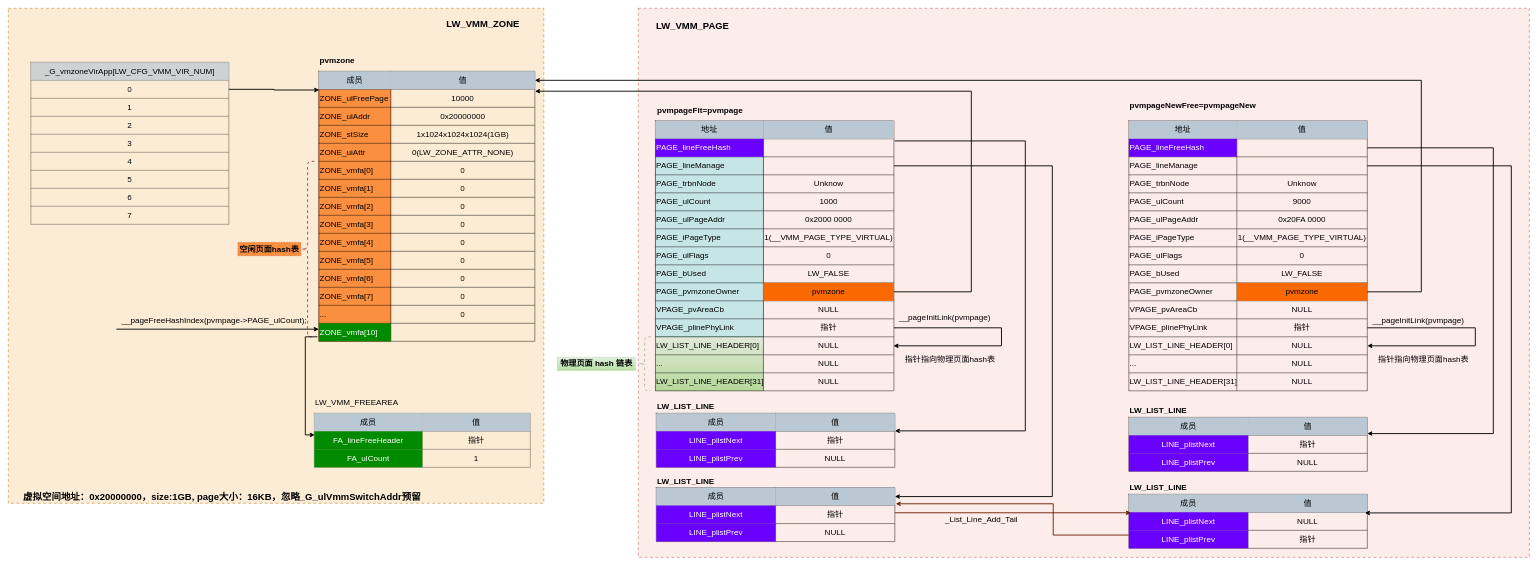
This is page "__pageStructSeparate" (24 of 24) of draw/mips中断亲和度.drawio from peng-fan/drawio, a draw.io file, before an edit. Source tidied: cells renumbered, new cells numbered last; positions are measured from the earlier drawing's top-left corner, leaving out a move shared by most shapes. Both pictures are drawn from the tidied source at 45%, with x=0, y=0 at pixel (8, 8).
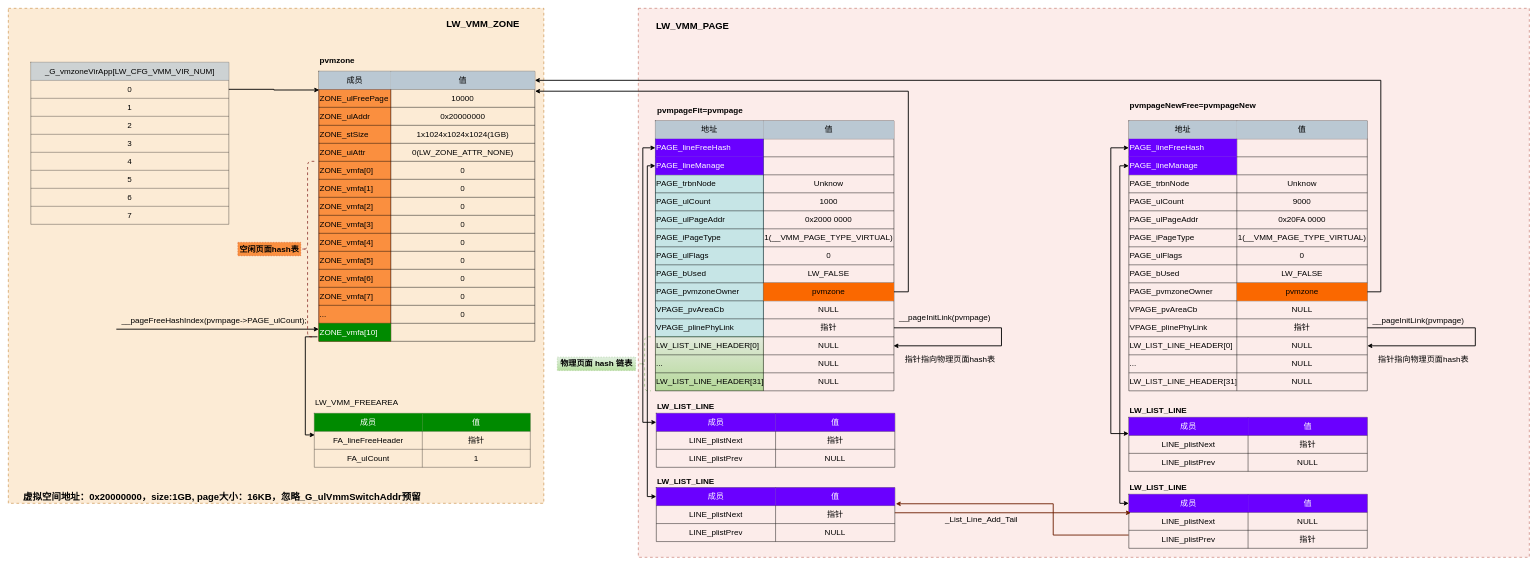
The same page after the edit.

Commit message (it also covers changes not shown here):
Update mips中断亲和度.drawio

The change refers to these unchanged cells:
```xml
<mxCell id="10" style="shape=partialRectangle;fillColor=none;top=0;left=0;bottom=0;right=0;points=[[0,0.5],[1,0.5]];portConstraint=eastwest;fontSize=18;strokeColor=default;" parent="6" vertex="1">
  <mxGeometry y="40" width="530" height="40" as="geometry" />
</mxCell>
<mxCell id="13" style="shape=partialRectangle;fillColor=none;top=0;left=0;bottom=0;right=0;points=[[0,0.5],[1,0.5]];portConstraint=eastwest;fontSize=18;strokeColor=default;" parent="6" vertex="1">
  <mxGeometry y="80" width="530" height="40" as="geometry" />
</mxCell>
<mxCell id="34" style="shape=partialRectangle;fillColor=none;top=0;left=0;bottom=0;right=0;points=[[0,0.5],[1,0.5]];portConstraint=eastwest;fontSize=18;strokeColor=default;" parent="6" vertex="1">
  <mxGeometry y="360" width="530" height="40" as="geometry" />
</mxCell>
<mxCell id="55" style="shape=partialRectangle;fillColor=none;top=0;left=0;bottom=0;right=0;points=[[0,0.5],[1,0.5]];portConstraint=eastwest;fontSize=18;strokeColor=default;" parent="54" vertex="1">
  <mxGeometry width="480" height="40" as="geometry" />
</mxCell>
<mxCell id="58" style="shape=partialRectangle;fillColor=none;top=0;left=0;bottom=0;right=0;points=[[0,0.5],[1,0.5]];portConstraint=eastwest;fontSize=18;strokeColor=default;" parent="54" vertex="1">
  <mxGeometry y="40" width="480" height="40" as="geometry" />
</mxCell>
<mxCell id="107" style="shape=partialRectangle;fillColor=none;top=0;left=0;bottom=0;right=0;fontSize=18;strokeColor=default;align=center;opacity=70;" parent="106" vertex="1">
  <mxGeometry width="480" height="40" as="geometry" />
</mxCell>
<mxCell id="110" style="shape=partialRectangle;fillColor=none;top=0;left=0;bottom=0;right=0;fontSize=18;strokeColor=default;align=center;opacity=70;" parent="106" vertex="1">
  <mxGeometry y="40" width="480" height="40" as="geometry" />
</mxCell>
<mxCell id="113" style="shape=partialRectangle;fillColor=none;top=0;left=0;bottom=0;right=0;fontSize=18;strokeColor=default;align=center;opacity=70;" parent="106" vertex="1">
  <mxGeometry y="80" width="480" height="40" as="geometry" />
</mxCell>
<mxCell id="126" style="shape=partialRectangle;fillColor=none;top=0;left=0;bottom=0;right=0;points=[[0,0.5],[1,0.5]];portConstraint=eastwest;fontSize=18;strokeColor=default;align=center;opacity=70;" parent="125" vertex="1">
  <mxGeometry width="530" height="40" as="geometry" />
</mxCell>
<mxCell id="129" style="shape=partialRectangle;fillColor=none;top=0;left=0;bottom=0;right=0;fontSize=18;strokeColor=default;align=center;opacity=70;" parent="125" vertex="1">
  <mxGeometry y="40" width="530" height="40" as="geometry" />
</mxCell>
<mxCell id="132" style="shape=partialRectangle;fillColor=none;top=0;left=0;bottom=0;right=0;fontSize=18;strokeColor=default;align=center;opacity=70;" parent="125" vertex="1">
  <mxGeometry y="80" width="530" height="40" as="geometry" />
</mxCell>
<mxCell id="159" style="shape=partialRectangle;fillColor=none;top=0;left=0;bottom=0;right=0;points=[[0,0.5],[1,0.5]];portConstraint=eastwest;fontSize=18;strokeColor=default;align=center;opacity=70;" parent="158" vertex="1">
  <mxGeometry width="530" height="40" as="geometry" />
</mxCell>
<mxCell id="162" style="shape=partialRectangle;fillColor=none;top=0;left=0;bottom=0;right=0;points=[[0,0.5],[1,0.5]];portConstraint=eastwest;fontSize=18;strokeColor=default;align=center;opacity=70;" parent="158" vertex="1">
  <mxGeometry y="40" width="530" height="40" as="geometry" />
</mxCell>
<mxCell id="165" style="shape=partialRectangle;fillColor=none;top=0;left=0;bottom=0;right=0;fontSize=18;strokeColor=default;align=center;opacity=70;" parent="158" vertex="1">
  <mxGeometry y="80" width="530" height="40" as="geometry" />
</mxCell>
<mxCell id="173" style="shape=partialRectangle;fillColor=none;top=0;left=0;bottom=0;right=0;points=[[0,0.5],[1,0.5]];portConstraint=eastwest;fontSize=18;strokeColor=default;" parent="169" vertex="1">
  <mxGeometry y="40" width="530" height="40" as="geometry" />
</mxCell>
<mxCell id="176" style="shape=partialRectangle;fillColor=none;top=0;left=0;bottom=0;right=0;points=[[0,0.5],[1,0.5]];portConstraint=eastwest;fontSize=18;strokeColor=default;" parent="169" vertex="1">
  <mxGeometry y="80" width="530" height="40" as="geometry" />
</mxCell>
<mxCell id="197" style="shape=partialRectangle;fillColor=none;top=0;left=0;bottom=0;right=0;points=[[0,0.5],[1,0.5]];portConstraint=eastwest;fontSize=18;strokeColor=default;" parent="169" vertex="1">
  <mxGeometry y="360" width="530" height="40" as="geometry" />
</mxCell>
<mxCell id="217" style="shape=partialRectangle;fillColor=none;top=0;left=0;bottom=0;right=0;points=[[0,0.5],[1,0.5]];portConstraint=eastwest;fontSize=18;strokeColor=default;align=center;opacity=70;" parent="216" vertex="1">
  <mxGeometry width="530" height="40" as="geometry" />
</mxCell>
<mxCell id="220" style="shape=partialRectangle;fillColor=none;top=0;left=0;bottom=0;right=0;fontSize=18;strokeColor=default;align=center;opacity=70;" parent="216" vertex="1">
  <mxGeometry y="40" width="530" height="40" as="geometry" />
</mxCell>
<mxCell id="223" style="shape=partialRectangle;fillColor=none;top=0;left=0;bottom=0;right=0;fontSize=18;strokeColor=default;align=center;opacity=70;" parent="216" vertex="1">
  <mxGeometry y="80" width="530" height="40" as="geometry" />
</mxCell>
<mxCell id="227" style="shape=partialRectangle;fillColor=none;top=0;left=0;bottom=0;right=0;points=[[0,0.5],[1,0.5]];portConstraint=eastwest;fontSize=18;strokeColor=default;align=center;opacity=70;" parent="226" vertex="1">
  <mxGeometry width="530" height="40" as="geometry" />
</mxCell>
<mxCell id="230" style="shape=partialRectangle;fillColor=none;top=0;left=0;bottom=0;right=0;points=[[0,0.5],[1,0.5]];portConstraint=eastwest;fontSize=18;strokeColor=default;align=center;opacity=70;" parent="226" vertex="1">
  <mxGeometry y="40" width="530" height="40" as="geometry" />
</mxCell>
<mxCell id="233" style="shape=partialRectangle;fillColor=none;top=0;left=0;bottom=0;right=0;points=[[0,0.5],[1,0.5]];portConstraint=eastwest;fontSize=18;strokeColor=default;align=center;opacity=70;" parent="226" vertex="1">
  <mxGeometry y="80" width="530" height="40" as="geometry" />
</mxCell>
```

The edit, as a diff of the source:
```diff
@@
-    <mxCell id="14" value="PAGE_lineManage" style="shape=partialRectangle;html=1;whiteSpace=wrap;overflow=hidden;fillColor=none;top=0;left=0;bottom=0;right=0;fontSize=18;strokeColor=default;align=left;" parent="13" vertex="1">
+    <mxCell id="14" value="PAGE_lineManage" style="shape=partialRectangle;html=1;whiteSpace=wrap;overflow=hidden;fillColor=#6a00ff;top=0;left=0;bottom=0;right=0;fontSize=18;strokeColor=#3700CC;align=left;fontColor=#ffffff;" parent="13" vertex="1">
       <mxGeometry width="240" height="40" as="geometry" />
     </mxCell>
@@
     <mxCell id="102" style="edgeStyle=orthogonalEdgeStyle;rounded=0;jettySize=auto;html=1;entryX=1.001;entryY=0.104;entryDx=0;entryDy=0;fontSize=18;exitX=1;exitY=0.5;exitDx=0;exitDy=0;entryPerimeter=0;strokeWidth=2;" parent="1" edge="1" source="34" target="58">
       <mxGeometry relative="1" as="geometry">
         <Array as="points">
-          <mxPoint x="2140" y="630" />
-          <mxPoint x="2140" y="184" />
+          <mxPoint x="2000" y="630" />
+          <mxPoint x="2000" y="184" />
         </Array>
       </mxGeometry>
     </mxCell>
@@
-    <mxCell id="108" value="成员" style="shape=partialRectangle;html=1;whiteSpace=wrap;overflow=hidden;fillColor=#bac8d3;top=0;left=0;bottom=0;right=0;fontSize=18;strokeColor=#23445d;align=center;" parent="107" vertex="1">
+    <mxCell id="108" value="成员" style="shape=partialRectangle;html=1;whiteSpace=wrap;overflow=hidden;fillColor=#008a00;top=0;left=0;bottom=0;right=0;fontSize=18;strokeColor=#005700;align=center;fontColor=#ffffff;" parent="107" vertex="1">
       <mxGeometry width="240" height="40" as="geometry" />
     </mxCell>
-    <mxCell id="109" value="值" style="shape=partialRectangle;html=1;whiteSpace=wrap;overflow=hidden;fillColor=#bac8d3;top=0;left=0;bottom=0;right=0;fontSize=18;strokeColor=#23445d;align=center;" parent="107" vertex="1">
+    <mxCell id="109" value="值" style="shape=partialRectangle;html=1;whiteSpace=wrap;overflow=hidden;fillColor=#008a00;top=0;left=0;bottom=0;right=0;fontSize=18;strokeColor=#005700;align=center;fontColor=#ffffff;" parent="107" vertex="1">
       <mxGeometry x="240" width="240" height="40" as="geometry" />
     </mxCell>
@@
-    <mxCell id="111" value="FA_lineFreeHeader" style="shape=partialRectangle;html=1;whiteSpace=wrap;overflow=hidden;fillColor=#008a00;top=0;left=0;bottom=0;right=0;fontSize=18;strokeColor=#005700;align=center;fontColor=#ffffff;" parent="110" vertex="1">
+    <mxCell id="111" value="&lt;font color=&quot;#000000&quot;&gt;FA_lineFreeHeader&lt;/font&gt;" style="shape=partialRectangle;html=1;whiteSpace=wrap;overflow=hidden;fillColor=none;top=0;left=0;bottom=0;right=0;fontSize=18;strokeColor=#005700;align=center;fontColor=#ffffff;" parent="110" vertex="1">
       <mxGeometry width="240" height="40" as="geometry" />
     </mxCell>
@@
-    <mxCell id="114" value="FA_ulCount" style="shape=partialRectangle;html=1;whiteSpace=wrap;overflow=hidden;fillColor=#008a00;top=0;left=0;bottom=0;right=0;fontSize=18;strokeColor=#005700;align=center;fontColor=#ffffff;" parent="113" vertex="1">
+    <mxCell id="114" value="&lt;font color=&quot;#000000&quot;&gt;FA_ulCount&lt;/font&gt;" style="shape=partialRectangle;html=1;whiteSpace=wrap;overflow=hidden;fillColor=none;top=0;left=0;bottom=0;right=0;fontSize=18;strokeColor=#005700;align=center;fontColor=#ffffff;" parent="113" vertex="1">
       <mxGeometry width="240" height="40" as="geometry" />
     </mxCell>
@@
-    <mxCell id="127" value="成员" style="shape=partialRectangle;html=1;whiteSpace=wrap;overflow=hidden;fillColor=#bac8d3;top=0;left=0;bottom=0;right=0;fontSize=18;strokeColor=#23445d;align=center;" parent="126" vertex="1">
+    <mxCell id="127" value="成员" style="shape=partialRectangle;html=1;whiteSpace=wrap;overflow=hidden;fillColor=#6a00ff;top=0;left=0;bottom=0;right=0;fontSize=18;strokeColor=#3700CC;align=center;fontColor=#ffffff;" parent="126" vertex="1">
       <mxGeometry width="265" height="40" as="geometry" />
     </mxCell>
-    <mxCell id="128" value="值" style="shape=partialRectangle;html=1;whiteSpace=wrap;overflow=hidden;fillColor=#bac8d3;top=0;left=0;bottom=0;right=0;fontSize=18;strokeColor=#23445d;align=center;" parent="126" vertex="1">
+    <mxCell id="128" value="值" style="shape=partialRectangle;html=1;whiteSpace=wrap;overflow=hidden;fillColor=#6a00ff;top=0;left=0;bottom=0;right=0;fontSize=18;strokeColor=#3700CC;align=center;fontColor=#ffffff;" parent="126" vertex="1">
       <mxGeometry x="265" width="265" height="40" as="geometry" />
     </mxCell>
@@
-    <mxCell id="130" value="LINE_plistNext" style="shape=partialRectangle;html=1;whiteSpace=wrap;overflow=hidden;fillColor=#6a00ff;top=0;left=0;bottom=0;right=0;fontSize=18;strokeColor=#3700CC;align=center;fontColor=#ffffff;" parent="129" vertex="1">
+    <mxCell id="130" value="&lt;font color=&quot;#000000&quot;&gt;LINE_plistNext&lt;/font&gt;" style="shape=partialRectangle;html=1;whiteSpace=wrap;overflow=hidden;fillColor=none;top=0;left=0;bottom=0;right=0;fontSize=18;strokeColor=#3700CC;align=center;fontColor=#ffffff;" parent="129" vertex="1">
       <mxGeometry width="265" height="40" as="geometry" />
     </mxCell>
@@
-    <mxCell id="133" value="LINE_plistPrev" style="shape=partialRectangle;html=1;whiteSpace=wrap;overflow=hidden;fillColor=#6a00ff;top=0;left=0;bottom=0;right=0;fontSize=18;strokeColor=#3700CC;align=center;fontColor=#ffffff;" parent="132" vertex="1">
+    <mxCell id="133" value="&lt;font color=&quot;#000000&quot;&gt;LINE_plistPrev&lt;/font&gt;" style="shape=partialRectangle;html=1;whiteSpace=wrap;overflow=hidden;fillColor=none;top=0;left=0;bottom=0;right=0;fontSize=18;strokeColor=#3700CC;align=center;fontColor=#ffffff;" parent="132" vertex="1">
       <mxGeometry width="265" height="40" as="geometry" />
     </mxCell>
@@
-    <mxCell id="136" style="edgeStyle=elbowEdgeStyle;elbow=horizontal;endArrow=classic;html=1;rounded=0;fontSize=18;strokeWidth=2;exitX=1.003;exitY=0.117;exitDx=0;exitDy=0;exitPerimeter=0;" parent="1" edge="1" source="10">
+    <mxCell id="136" style="edgeStyle=elbowEdgeStyle;elbow=horizontal;endArrow=classic;html=1;rounded=0;fontSize=18;strokeWidth=2;exitX=0;exitY=0.5;exitDx=0;exitDy=0;startArrow=classic;startFill=1;" parent="1" edge="1" source="10" target="126">
       <mxGeometry relative="1" as="geometry">
-        <mxPoint x="1970" y="939" as="targetPoint" />
         <Array as="points">
-          <mxPoint x="2260" y="620" />
+          <mxPoint x="1410" y="630" />
           <mxPoint x="2370" y="640" />
         </Array>
       </mxGeometry>
     </mxCell>
@@
-    <mxCell id="160" value="成员" style="shape=partialRectangle;html=1;whiteSpace=wrap;overflow=hidden;fillColor=#bac8d3;top=0;left=0;bottom=0;right=0;fontSize=18;strokeColor=#23445d;align=center;" parent="159" vertex="1">
+    <mxCell id="160" value="成员" style="shape=partialRectangle;html=1;whiteSpace=wrap;overflow=hidden;fillColor=#6a00ff;top=0;left=0;bottom=0;right=0;fontSize=18;strokeColor=#3700CC;align=center;fontColor=#ffffff;" parent="159" vertex="1">
       <mxGeometry width="265" height="40" as="geometry" />
     </mxCell>
-    <mxCell id="161" value="值" style="shape=partialRectangle;html=1;whiteSpace=wrap;overflow=hidden;fillColor=#bac8d3;top=0;left=0;bottom=0;right=0;fontSize=18;strokeColor=#23445d;align=center;" parent="159" vertex="1">
+    <mxCell id="161" value="值" style="shape=partialRectangle;html=1;whiteSpace=wrap;overflow=hidden;fillColor=#6a00ff;top=0;left=0;bottom=0;right=0;fontSize=18;strokeColor=#3700CC;align=center;fontColor=#ffffff;" parent="159" vertex="1">
       <mxGeometry x="265" width="265" height="40" as="geometry" />
     </mxCell>
@@
-    <mxCell id="163" value="LINE_plistNext" style="shape=partialRectangle;html=1;whiteSpace=wrap;overflow=hidden;fillColor=#6a00ff;top=0;left=0;bottom=0;right=0;fontSize=18;strokeColor=#3700CC;align=center;fontColor=#ffffff;" parent="162" vertex="1">
+    <mxCell id="163" value="&lt;font color=&quot;#000000&quot;&gt;LINE_plistNext&lt;/font&gt;" style="shape=partialRectangle;html=1;whiteSpace=wrap;overflow=hidden;fillColor=none;top=0;left=0;bottom=0;right=0;fontSize=18;strokeColor=#3700CC;align=center;fontColor=#ffffff;" parent="162" vertex="1">
       <mxGeometry width="265" height="40" as="geometry" />
     </mxCell>
@@
-    <mxCell id="166" value="LINE_plistPrev" style="shape=partialRectangle;html=1;whiteSpace=wrap;overflow=hidden;fillColor=#6a00ff;top=0;left=0;bottom=0;right=0;fontSize=18;strokeColor=#3700CC;align=center;fontColor=#ffffff;" parent="165" vertex="1">
+    <mxCell id="166" value="&lt;font color=&quot;#000000&quot;&gt;LINE_plistPrev&lt;/font&gt;" style="shape=partialRectangle;html=1;whiteSpace=wrap;overflow=hidden;fillColor=none;top=0;left=0;bottom=0;right=0;fontSize=18;strokeColor=#3700CC;align=center;fontColor=#ffffff;" parent="165" vertex="1">
       <mxGeometry width="265" height="40" as="geometry" />
     </mxCell>
@@
-    <mxCell id="168" style="edgeStyle=orthogonalEdgeStyle;rounded=0;jettySize=auto;html=1;fontSize=18;fontColor=#000000;strokeWidth=2;entryX=1;entryY=0.5;entryDx=0;entryDy=0;" parent="1" edge="1" source="13" target="159">
+    <mxCell id="168" style="edgeStyle=orthogonalEdgeStyle;rounded=0;jettySize=auto;html=1;fontSize=18;fontColor=#000000;strokeWidth=2;entryX=0;entryY=0.5;entryDx=0;entryDy=0;startArrow=classic;startFill=1;" parent="1" edge="1" source="13" target="159">
       <mxGeometry relative="1" as="geometry">
         <Array as="points">
-          <mxPoint x="2320" y="350" />
-          <mxPoint x="2320" y="1085" />
+          <mxPoint x="1420" y="350" />
+          <mxPoint x="1420" y="1085" />
         </Array>
       </mxGeometry>
     </mxCell>
@@
-    <mxCell id="177" value="PAGE_lineManage" style="shape=partialRectangle;html=1;whiteSpace=wrap;overflow=hidden;fillColor=none;top=0;left=0;bottom=0;right=0;fontSize=18;strokeColor=default;align=left;" parent="176" vertex="1">
+    <mxCell id="177" value="PAGE_lineManage" style="shape=partialRectangle;html=1;whiteSpace=wrap;overflow=hidden;fillColor=#6a00ff;top=0;left=0;bottom=0;right=0;fontSize=18;strokeColor=#3700CC;align=left;fontColor=#ffffff;" parent="176" vertex="1">
       <mxGeometry width="240" height="40" as="geometry" />
     </mxCell>
@@
-    <mxCell id="218" value="成员" style="shape=partialRectangle;html=1;whiteSpace=wrap;overflow=hidden;fillColor=#bac8d3;top=0;left=0;bottom=0;right=0;fontSize=18;strokeColor=#23445d;align=center;" parent="217" vertex="1">
+    <mxCell id="218" value="成员" style="shape=partialRectangle;html=1;whiteSpace=wrap;overflow=hidden;fillColor=#6a00ff;top=0;left=0;bottom=0;right=0;fontSize=18;strokeColor=#3700CC;align=center;fontColor=#ffffff;" parent="217" vertex="1">
       <mxGeometry width="265" height="40" as="geometry" />
     </mxCell>
-    <mxCell id="219" value="值" style="shape=partialRectangle;html=1;whiteSpace=wrap;overflow=hidden;fillColor=#bac8d3;top=0;left=0;bottom=0;right=0;fontSize=18;strokeColor=#23445d;align=center;" parent="217" vertex="1">
+    <mxCell id="219" value="值" style="shape=partialRectangle;html=1;whiteSpace=wrap;overflow=hidden;fillColor=#6a00ff;top=0;left=0;bottom=0;right=0;fontSize=18;strokeColor=#3700CC;align=center;fontColor=#ffffff;" parent="217" vertex="1">
       <mxGeometry x="265" width="265" height="40" as="geometry" />
     </mxCell>
@@
-    <mxCell id="221" value="LINE_plistNext" style="shape=partialRectangle;html=1;whiteSpace=wrap;overflow=hidden;fillColor=#6a00ff;top=0;left=0;bottom=0;right=0;fontSize=18;strokeColor=#3700CC;align=center;fontColor=#ffffff;" parent="220" vertex="1">
+    <mxCell id="221" value="&lt;font color=&quot;#000000&quot;&gt;LINE_plistNext&lt;/font&gt;" style="shape=partialRectangle;html=1;whiteSpace=wrap;overflow=hidden;fillColor=none;top=0;left=0;bottom=0;right=0;fontSize=18;strokeColor=#3700CC;align=center;fontColor=#ffffff;" parent="220" vertex="1">
       <mxGeometry width="265" height="40" as="geometry" />
     </mxCell>
@@
-    <mxCell id="224" value="LINE_plistPrev" style="shape=partialRectangle;html=1;whiteSpace=wrap;overflow=hidden;fillColor=#6a00ff;top=0;left=0;bottom=0;right=0;fontSize=18;strokeColor=#3700CC;align=center;fontColor=#ffffff;" parent="223" vertex="1">
+    <mxCell id="224" value="&lt;font color=&quot;#000000&quot;&gt;LINE_plistPrev&lt;/font&gt;" style="shape=partialRectangle;html=1;whiteSpace=wrap;overflow=hidden;fillColor=none;top=0;left=0;bottom=0;right=0;fontSize=18;strokeColor=#3700CC;align=center;fontColor=#ffffff;" parent="223" vertex="1">
       <mxGeometry width="265" height="40" as="geometry" />
     </mxCell>
@@
-    <mxCell id="228" value="成员" style="shape=partialRectangle;html=1;whiteSpace=wrap;overflow=hidden;fillColor=#bac8d3;top=0;left=0;bottom=0;right=0;fontSize=18;strokeColor=#23445d;align=center;" parent="227" vertex="1">
+    <mxCell id="228" value="成员" style="shape=partialRectangle;html=1;whiteSpace=wrap;overflow=hidden;fillColor=#6a00ff;top=0;left=0;bottom=0;right=0;fontSize=18;strokeColor=#3700CC;align=center;fontColor=#ffffff;" parent="227" vertex="1">
       <mxGeometry width="265" height="40" as="geometry" />
     </mxCell>
-    <mxCell id="229" value="值" style="shape=partialRectangle;html=1;whiteSpace=wrap;overflow=hidden;fillColor=#bac8d3;top=0;left=0;bottom=0;right=0;fontSize=18;strokeColor=#23445d;align=center;" parent="227" vertex="1">
+    <mxCell id="229" value="值" style="shape=partialRectangle;html=1;whiteSpace=wrap;overflow=hidden;fillColor=#6a00ff;top=0;left=0;bottom=0;right=0;fontSize=18;strokeColor=#3700CC;align=center;fontColor=#ffffff;" parent="227" vertex="1">
       <mxGeometry x="265" width="265" height="40" as="geometry" />
     </mxCell>
@@
-    <mxCell id="231" value="LINE_plistNext" style="shape=partialRectangle;html=1;whiteSpace=wrap;overflow=hidden;fillColor=#6a00ff;top=0;left=0;bottom=0;right=0;fontSize=18;strokeColor=#3700CC;align=center;fontColor=#ffffff;" parent="230" vertex="1">
+    <mxCell id="231" value="&lt;font color=&quot;#000000&quot;&gt;LINE_plistNext&lt;/font&gt;" style="shape=partialRectangle;html=1;whiteSpace=wrap;overflow=hidden;fillColor=none;top=0;left=0;bottom=0;right=0;fontSize=18;strokeColor=#3700CC;align=center;fontColor=#ffffff;" parent="230" vertex="1">
       <mxGeometry width="265" height="40" as="geometry" />
     </mxCell>
@@
-    <mxCell id="234" value="LINE_plistPrev" style="shape=partialRectangle;html=1;whiteSpace=wrap;overflow=hidden;fillColor=#6a00ff;top=0;left=0;bottom=0;right=0;fontSize=18;strokeColor=#3700CC;align=center;fontColor=#ffffff;" parent="233" vertex="1">
+    <mxCell id="234" value="&lt;font color=&quot;#000000&quot;&gt;LINE_plistPrev&lt;/font&gt;" style="shape=partialRectangle;html=1;whiteSpace=wrap;overflow=hidden;fillColor=none;top=0;left=0;bottom=0;right=0;fontSize=18;strokeColor=#3700CC;align=center;fontColor=#ffffff;" parent="233" vertex="1">
       <mxGeometry width="265" height="40" as="geometry" />
     </mxCell>
@@
-    <mxCell id="237" style="edgeStyle=orthogonalEdgeStyle;rounded=0;jettySize=auto;html=1;entryX=1;entryY=0.9;entryDx=0;entryDy=0;entryPerimeter=0;fontSize=18;fontColor=#000000;strokeWidth=2;" parent="1" edge="1" source="173" target="217">
+    <mxCell id="237" style="edgeStyle=orthogonalEdgeStyle;rounded=0;jettySize=auto;html=1;fontSize=18;fontColor=#000000;strokeWidth=2;startArrow=classic;startFill=1;" parent="1" edge="1" source="173">
       <mxGeometry relative="1" as="geometry">
+        <mxPoint x="2490" y="945" as="targetPoint" />
         <Array as="points">
-          <mxPoint x="3300" y="310" />
-          <mxPoint x="3300" y="945" />
+          <mxPoint x="2450" y="310" />
+          <mxPoint x="2450" y="945" />
         </Array>
       </mxGeometry>
     </mxCell>
@@
-    <mxCell id="241" style="edgeStyle=orthogonalEdgeStyle;rounded=0;jettySize=auto;html=1;entryX=0.99;entryY=0.033;entryDx=0;entryDy=0;entryPerimeter=0;fontSize=18;fontColor=#000000;strokeWidth=2;" parent="1" edge="1" source="176" target="230">
+    <mxCell id="241" style="edgeStyle=orthogonalEdgeStyle;rounded=0;jettySize=auto;html=1;entryX=0;entryY=0.5;entryDx=0;entryDy=0;fontSize=18;fontColor=#000000;strokeWidth=2;startArrow=classic;startFill=1;" parent="1" edge="1" source="176" target="227">
       <mxGeometry relative="1" as="geometry">
         <Array as="points">
-          <mxPoint x="3340" y="350" />
-          <mxPoint x="3340" y="1121" />
+          <mxPoint x="2470" y="350" />
+          <mxPoint x="2470" y="1100" />
         </Array>
       </mxGeometry>
     </mxCell>
@@
     <mxCell id="247" style="edgeStyle=orthogonalEdgeStyle;rounded=0;jettySize=auto;html=1;fontSize=18;fontColor=#000000;strokeWidth=2;" parent="1" edge="1" source="197" target="55">
       <mxGeometry relative="1" as="geometry">
         <Array as="points">
-          <mxPoint x="3140" y="630" />
-          <mxPoint x="3140" y="160" />
+          <mxPoint x="3050" y="630" />
+          <mxPoint x="3050" y="160" />
         </Array>
       </mxGeometry>
     </mxCell>
```
